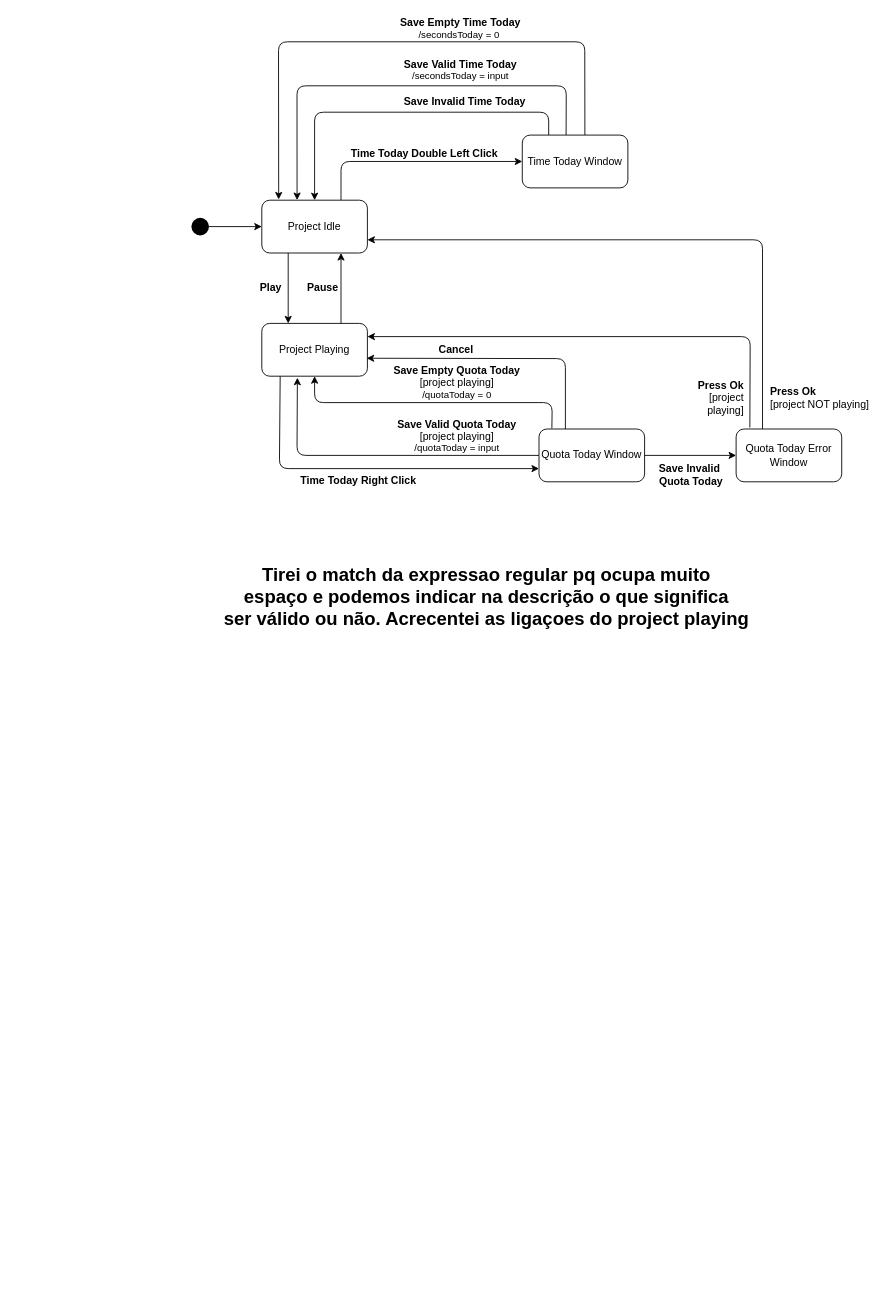
Before: docs/04_assignment/schema/02_edit_time_today/02_state_machine.drawio in Jumaruba/jtimesched, a draw.io diagram. Source tidied: cells renumbered, new cells numbered last; positions are measured from the earlier drawing's top-left corner, leaving out a move shared by most shapes. Both pictures are drawn from the tidied source at 88%, with x=0, y=0 at pixel (191, 15).
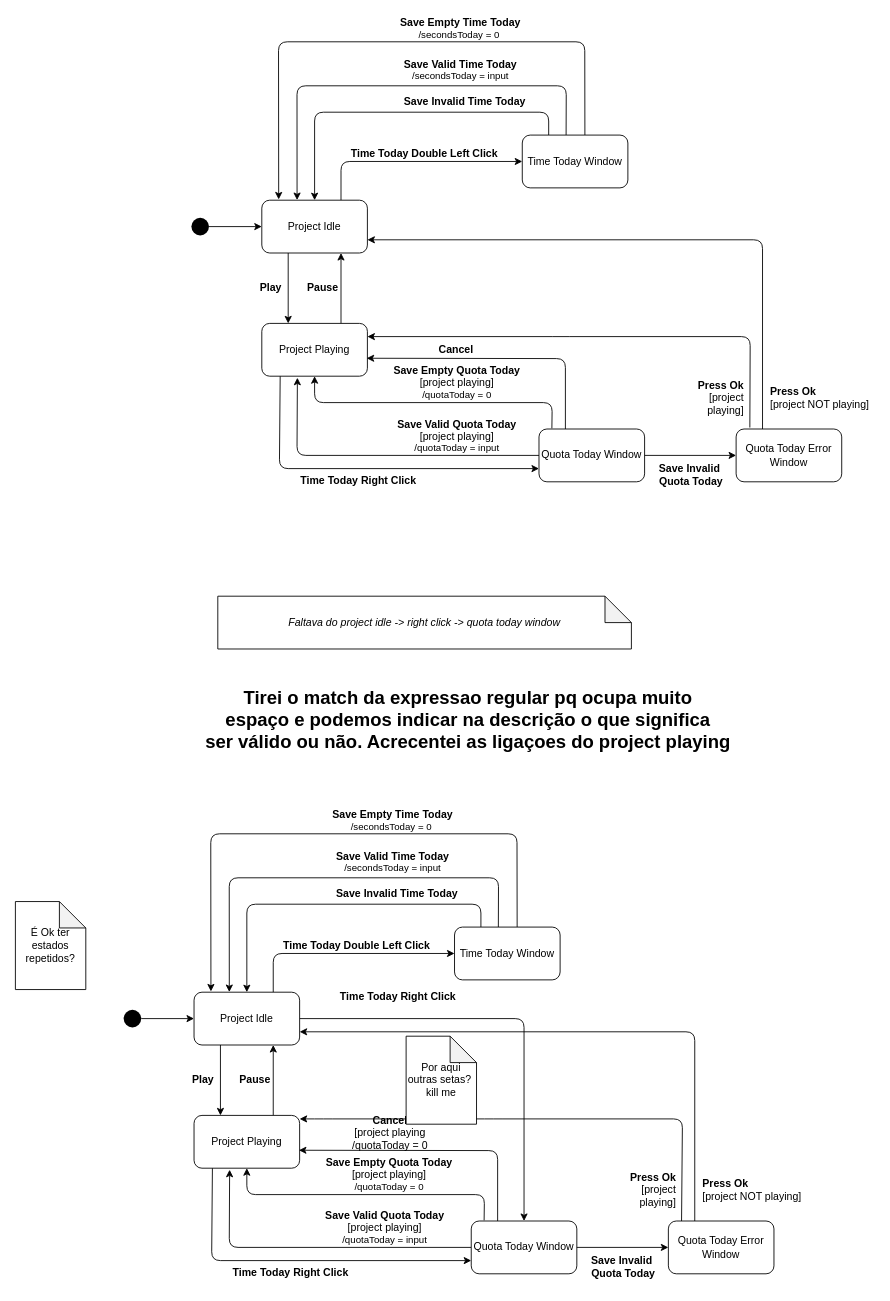
The same page after the edit.

Commit message (it also covers changes not shown here):
add: reflections about diagrams

The change refers to these unchanged cells:
```xml
<mxCell id="8" value="Project Playing" style="rounded=1;whiteSpace=wrap;html=1;fontSize=12;" parent="1" vertex="1">
  <mxGeometry x="80" y="350" width="120" height="60" as="geometry" />
</mxCell>
<mxCell id="33" value="Quota Today Error Window" style="rounded=1;whiteSpace=wrap;html=1;" parent="1" vertex="1">
  <mxGeometry x="619" y="470" width="120" height="60" as="geometry" />
</mxCell>
```

What changed in the source:
```diff
@@
     <mxCell id="7" style="edgeStyle=none;html=1;fontSize=12;entryX=1;entryY=0.25;entryDx=0;entryDy=0;exitX=0.13;exitY=-0.028;exitDx=0;exitDy=0;exitPerimeter=0;" parent="1" edge="1" source="33" target="8">
       <mxGeometry relative="1" as="geometry">
         <Array as="points">
           <mxPoint x="635" y="365" />
+          <mxPoint x="420" y="365" />
         </Array>
       </mxGeometry>
     </mxCell>
@@
     <mxCell id="19" value="&lt;b&gt;&lt;font style=&quot;font-size: 21px&quot;&gt;Tirei o match da expressao regular pq ocupa muito &lt;br&gt;espaço e podemos indicar na descrição o que significa &lt;br&gt;ser válido ou não. Acrecentei as ligaçoes do project playing&lt;/font&gt;&lt;/b&gt;" style="text;html=1;align=center;verticalAlign=middle;strokeColor=none;fillColor=none;" parent="1" vertex="1">
-      <mxGeometry x="30" y="630" width="610" height="60" as="geometry" />
+      <mxGeometry x="9" y="770" width="610" height="60" as="geometry" />
     </mxCell>
@@
+    <mxCell id="37" value="&lt;i&gt;Faltava do project idle -&amp;gt; right click -&amp;gt; quota today window&lt;/i&gt;" style="shape=note;whiteSpace=wrap;html=1;backgroundOutline=1;darkOpacity=0.05;" parent="1" vertex="1">
+      <mxGeometry x="30" y="660" width="470" height="60" as="geometry" />
+    </mxCell>
+    <mxCell id="38" style="edgeStyle=none;html=1;entryX=0;entryY=0.5;entryDx=0;entryDy=0;exitX=0.75;exitY=0;exitDx=0;exitDy=0;" parent="1" edge="1" source="40" target="64">
+      <mxGeometry relative="1" as="geometry">
+        <Array as="points">
+          <mxPoint x="93" y="1066" />
+        </Array>
+      </mxGeometry>
+    </mxCell>
+    <mxCell id="39" style="edgeStyle=none;html=1;" parent="1" edge="1" source="40" target="60">
+      <mxGeometry relative="1" as="geometry">
+        <Array as="points">
+          <mxPoint x="378" y="1140" />
+        </Array>
+      </mxGeometry>
+    </mxCell>
+    <mxCell id="40" value="Project Idle" style="rounded=1;whiteSpace=wrap;html=1;" parent="1" vertex="1">
+      <mxGeometry x="3" y="1110" width="120" height="60" as="geometry" />
+    </mxCell>
+    <mxCell id="41" style="edgeStyle=none;html=1;fontSize=12;startArrow=none;" parent="1" edge="1" source="66" target="40">
+      <mxGeometry relative="1" as="geometry" />
+    </mxCell>
+    <mxCell id="42" style="edgeStyle=none;html=1;fontSize=11;fontColor=#000000;entryX=0;entryY=0.75;entryDx=0;entryDy=0;exitX=0.174;exitY=0.996;exitDx=0;exitDy=0;exitPerimeter=0;" parent="1" edge="1" source="45" target="60">
+      <mxGeometry relative="1" as="geometry">
+        <Array as="points">
+          <mxPoint x="23" y="1415" />
+        </Array>
+      </mxGeometry>
+    </mxCell>
+    <mxCell id="43" style="edgeStyle=none;html=1;exitX=0.75;exitY=0;exitDx=0;exitDy=0;entryX=0.75;entryY=1;entryDx=0;entryDy=0;fontSize=12;" parent="1" edge="1" source="45" target="40">
+      <mxGeometry relative="1" as="geometry" />
+    </mxCell>
+    <mxCell id="44" style="edgeStyle=none;html=1;fontSize=12;entryX=1;entryY=0.25;entryDx=0;entryDy=0;exitX=0.125;exitY=0;exitDx=0;exitDy=0;exitPerimeter=0;" parent="1" edge="1" source="69">
+      <mxGeometry relative="1" as="geometry">
+        <mxPoint x="123" y="1254" as="targetPoint" />
+        <Array as="points">
+          <mxPoint x="558" y="1254" />
+          <mxPoint x="343" y="1254" />
+          <mxPoint x="150" y="1254" />
+        </Array>
+      </mxGeometry>
+    </mxCell>
+    <mxCell id="45" value="Project Playing" style="rounded=1;whiteSpace=wrap;html=1;fontSize=12;" parent="1" vertex="1">
+      <mxGeometry x="3" y="1250" width="120" height="60" as="geometry" />
+    </mxCell>
+    <mxCell id="46" style="edgeStyle=none;html=1;fontSize=12;entryX=0.25;entryY=0;entryDx=0;entryDy=0;exitX=0.25;exitY=1;exitDx=0;exitDy=0;" parent="1" edge="1" source="40" target="45">
+      <mxGeometry relative="1" as="geometry" />
+    </mxCell>
+    <mxCell id="47" value="&lt;b&gt;Play&lt;/b&gt;" style="text;html=1;align=center;verticalAlign=middle;strokeColor=none;fillColor=none;" parent="1" vertex="1">
+      <mxGeometry x="-7" y="1200" width="40" height="20" as="geometry" />
+    </mxCell>
+    <mxCell id="48" value="&lt;b&gt;Time Today Double Left Click&lt;/b&gt;" style="text;html=1;strokeColor=none;fillColor=none;align=center;verticalAlign=middle;whiteSpace=wrap;rounded=0;" parent="1" vertex="1">
+      <mxGeometry x="97" y="1042" width="182" height="30" as="geometry" />
+    </mxCell>
+    <mxCell id="49" value="&lt;div&gt;&lt;b&gt;&lt;font style=&quot;font-size: 12px&quot;&gt;Save Valid Time Today&lt;/font&gt;&lt;/b&gt;&lt;/div&gt;&lt;span style=&quot;font-size: 11px&quot;&gt;&lt;div&gt;&lt;span&gt;/secondsToday = input&lt;/span&gt;&lt;/div&gt;&lt;/span&gt;" style="text;html=1;strokeColor=none;fillColor=none;align=center;verticalAlign=middle;whiteSpace=wrap;rounded=0;" parent="1" vertex="1">
+      <mxGeometry x="159" y="947" width="140" height="30" as="geometry" />
+    </mxCell>
+    <mxCell id="50" value="&lt;b&gt;Time Today Right Click&lt;/b&gt;" style="text;html=1;strokeColor=none;fillColor=none;align=center;verticalAlign=middle;whiteSpace=wrap;rounded=0;" parent="1" vertex="1">
+      <mxGeometry x="28" y="1414" width="170" height="30" as="geometry" />
+    </mxCell>
+    <mxCell id="51" value="&lt;div&gt;&lt;b&gt;&lt;font style=&quot;font-size: 12px&quot;&gt;Save Empty Time Today&lt;/font&gt;&lt;/b&gt;&lt;/div&gt;&lt;div&gt;&lt;span style=&quot;font-size: 11px&quot;&gt;&lt;/span&gt;&lt;/div&gt;&lt;span style=&quot;font-size: 11px&quot;&gt;&lt;div&gt;&lt;span&gt;/secondsToday = 0&amp;nbsp;&lt;/span&gt;&lt;/div&gt;&lt;/span&gt;" style="text;html=1;strokeColor=none;fillColor=none;align=center;verticalAlign=middle;whiteSpace=wrap;rounded=0;" parent="1" vertex="1">
+      <mxGeometry x="119" y="900" width="220" height="30" as="geometry" />
+    </mxCell>
+    <mxCell id="52" value="&lt;font face=&quot;helvetica&quot; style=&quot;font-size: 12px&quot;&gt;Cancel&lt;br&gt;&lt;span style=&quot;font-weight: normal&quot;&gt;[project playing&lt;/span&gt;&lt;br&gt;&lt;span style=&quot;font-weight: normal&quot;&gt;/quotaToday = 0&lt;/span&gt;&lt;br&gt;&lt;/font&gt;" style="text;html=1;strokeColor=none;fillColor=none;align=center;verticalAlign=middle;whiteSpace=wrap;rounded=0;fontStyle=1;" parent="1" vertex="1">
+      <mxGeometry x="173" y="1260" width="106" height="20" as="geometry" />
+    </mxCell>
+    <mxCell id="53" value="&lt;div&gt;&lt;b&gt;&lt;font style=&quot;font-size: 12px&quot;&gt;Save Valid Quota Today&lt;/font&gt;&lt;/b&gt;&lt;/div&gt;&lt;div&gt;&lt;font style=&quot;font-size: 12px&quot;&gt;[project playing]&lt;/font&gt;&lt;/div&gt;&lt;span style=&quot;font-size: 11px&quot;&gt;&lt;div&gt;&lt;span&gt;/quotaToday = input&lt;/span&gt;&lt;/div&gt;&lt;/span&gt;" style="text;html=1;strokeColor=none;fillColor=none;align=center;verticalAlign=middle;whiteSpace=wrap;rounded=0;" parent="1" vertex="1">
+      <mxGeometry x="140.2" y="1360" width="159.5" height="33" as="geometry" />
+    </mxCell>
+    <mxCell id="54" value="&lt;div&gt;&lt;b&gt;&lt;font style=&quot;font-size: 12px&quot;&gt;Save Empty Quota Today&lt;/font&gt;&lt;/b&gt;&lt;/div&gt;&lt;div&gt;[project playing]&lt;/div&gt;&lt;span style=&quot;font-size: 11px&quot;&gt;&lt;div&gt;&lt;span&gt;/quotaToday = 0&lt;/span&gt;&lt;/div&gt;&lt;/span&gt;" style="text;html=1;strokeColor=none;fillColor=none;align=center;verticalAlign=middle;whiteSpace=wrap;rounded=0;" parent="1" vertex="1">
+      <mxGeometry x="149.8" y="1302" width="150" height="30" as="geometry" />
+    </mxCell>
+    <mxCell id="55" value="&lt;div&gt;&lt;b&gt;&lt;font style=&quot;font-size: 12px&quot;&gt;Save Invalid Time Today&lt;/font&gt;&lt;/b&gt;&lt;/div&gt;&lt;span style=&quot;font-size: 11px&quot;&gt;&lt;br&gt;&lt;/span&gt;" style="text;html=1;strokeColor=none;fillColor=none;align=center;verticalAlign=middle;whiteSpace=wrap;rounded=0;" parent="1" vertex="1">
+      <mxGeometry x="144" y="990" width="180" height="30" as="geometry" />
+    </mxCell>
+    <mxCell id="56" style="edgeStyle=none;html=1;exitX=0;exitY=0.5;exitDx=0;exitDy=0;fontSize=12;entryX=0.337;entryY=1.029;entryDx=0;entryDy=0;entryPerimeter=0;" parent="1" edge="1" source="60" target="45">
+      <mxGeometry relative="1" as="geometry">
+        <Array as="points">
+          <mxPoint x="43" y="1400" />
+        </Array>
+      </mxGeometry>
+    </mxCell>
+    <mxCell id="57" style="edgeStyle=none;html=1;exitX=1;exitY=0.5;exitDx=0;exitDy=0;entryX=0;entryY=0.5;entryDx=0;entryDy=0;fontSize=12;" parent="1" edge="1" target="69">
+      <mxGeometry relative="1" as="geometry">
+        <mxPoint x="357" y="1400" as="sourcePoint" />
+      </mxGeometry>
+    </mxCell>
+    <mxCell id="58" style="edgeStyle=none;html=1;exitX=0.25;exitY=0;exitDx=0;exitDy=0;fontSize=12;entryX=0.993;entryY=0.66;entryDx=0;entryDy=0;entryPerimeter=0;" parent="1" edge="1" source="60" target="45">
+      <mxGeometry relative="1" as="geometry">
+        <Array as="points">
+          <mxPoint x="348" y="1290" />
+        </Array>
+      </mxGeometry>
+    </mxCell>
+    <mxCell id="59" style="edgeStyle=none;html=1;exitX=0.122;exitY=-0.012;exitDx=0;exitDy=0;entryX=0.5;entryY=1;entryDx=0;entryDy=0;fontSize=12;exitPerimeter=0;" parent="1" edge="1" source="60" target="45">
+      <mxGeometry relative="1" as="geometry">
+        <Array as="points">
+          <mxPoint x="333" y="1340" />
+          <mxPoint x="63" y="1340" />
+        </Array>
+      </mxGeometry>
+    </mxCell>
+    <mxCell id="60" value="Quota Today Window" style="rounded=1;whiteSpace=wrap;html=1;" parent="1" vertex="1">
+      <mxGeometry x="318" y="1370" width="120" height="60" as="geometry" />
+    </mxCell>
+    <mxCell id="61" style="edgeStyle=none;html=1;exitX=0.25;exitY=0;exitDx=0;exitDy=0;entryX=0.5;entryY=0;entryDx=0;entryDy=0;fontSize=12;" parent="1" edge="1" source="64" target="40">
+      <mxGeometry relative="1" as="geometry">
+        <Array as="points">
+          <mxPoint x="329" y="1010" />
+          <mxPoint x="63" y="1010" />
+        </Array>
+      </mxGeometry>
+    </mxCell>
+    <mxCell id="62" style="edgeStyle=none;html=1;exitX=0.415;exitY=0.004;exitDx=0;exitDy=0;entryX=0.334;entryY=-0.003;entryDx=0;entryDy=0;fontSize=12;exitPerimeter=0;entryPerimeter=0;" parent="1" edge="1" source="64" target="40">
+      <mxGeometry relative="1" as="geometry">
+        <Array as="points">
+          <mxPoint x="349" y="980" />
+          <mxPoint x="43" y="980" />
+        </Array>
+      </mxGeometry>
+    </mxCell>
+    <mxCell id="63" style="edgeStyle=none;html=1;exitX=0.593;exitY=0.015;exitDx=0;exitDy=0;entryX=0.16;entryY=-0.014;entryDx=0;entryDy=0;entryPerimeter=0;fontSize=12;exitPerimeter=0;" parent="1" edge="1" source="64" target="40">
+      <mxGeometry relative="1" as="geometry">
+        <Array as="points">
+          <mxPoint x="370" y="930" />
+          <mxPoint x="22" y="930" />
+        </Array>
+      </mxGeometry>
+    </mxCell>
+    <mxCell id="64" value="Time Today Window" style="rounded=1;whiteSpace=wrap;html=1;" parent="1" vertex="1">
+      <mxGeometry x="299" y="1036" width="120" height="60" as="geometry" />
+    </mxCell>
+    <mxCell id="65" value="&lt;b&gt;Pause&lt;/b&gt;" style="text;html=1;align=center;verticalAlign=middle;strokeColor=none;fillColor=none;" parent="1" vertex="1">
+      <mxGeometry x="47" y="1200" width="50" height="20" as="geometry" />
+    </mxCell>
+    <mxCell id="66" style="ellipse;fillColor=#000000;strokeColor=none;" parent="1" vertex="1">
+      <mxGeometry x="-77" y="1130" width="20" height="20" as="geometry" />
+    </mxCell>
+    <mxCell id="67" style="edgeStyle=none;html=1;fontSize=12;endArrow=none;" parent="1" edge="1" target="66">
+      <mxGeometry relative="1" as="geometry">
+        <mxPoint x="-67" y="1140" as="sourcePoint" />
+      </mxGeometry>
+    </mxCell>
+    <mxCell id="68" style="edgeStyle=none;html=1;exitX=0.25;exitY=0;exitDx=0;exitDy=0;entryX=1;entryY=0.75;entryDx=0;entryDy=0;fontSize=12;" parent="1" edge="1" source="69" target="40">
+      <mxGeometry relative="1" as="geometry">
+        <Array as="points">
+          <mxPoint x="572" y="1155" />
+        </Array>
+      </mxGeometry>
+    </mxCell>
+    <mxCell id="69" value="Quota Today Error Window" style="rounded=1;whiteSpace=wrap;html=1;" parent="1" vertex="1">
+      <mxGeometry x="542" y="1370" width="120" height="60" as="geometry" />
+    </mxCell>
+    <mxCell id="70" value="&lt;div&gt;&lt;b&gt;&lt;font style=&quot;font-size: 12px&quot;&gt;Save Invalid&amp;nbsp;&lt;/font&gt;&lt;/b&gt;&lt;/div&gt;&lt;div&gt;&lt;b&gt;&lt;font style=&quot;font-size: 12px&quot;&gt;Quota Today&lt;/font&gt;&lt;/b&gt;&lt;/div&gt;" style="text;html=1;strokeColor=none;fillColor=none;align=center;verticalAlign=middle;whiteSpace=wrap;rounded=0;" parent="1" vertex="1">
+      <mxGeometry x="446" y="1407" width="90" height="30" as="geometry" />
+    </mxCell>
+    <mxCell id="71" value="&lt;b&gt;Press Ok&lt;/b&gt;&lt;br&gt;[project playing]" style="text;html=1;strokeColor=none;fillColor=none;align=right;verticalAlign=middle;whiteSpace=wrap;rounded=0;" parent="1" vertex="1">
+      <mxGeometry x="467" y="1320" width="86" height="30" as="geometry" />
+    </mxCell>
+    <mxCell id="72" value="&lt;b&gt;Press Ok&lt;/b&gt;&lt;br&gt;[project NOT playing]" style="text;html=1;strokeColor=none;fillColor=none;align=left;verticalAlign=middle;whiteSpace=wrap;rounded=0;" parent="1" vertex="1">
+      <mxGeometry x="579" y="1320" width="120" height="30" as="geometry" />
+    </mxCell>
+    <mxCell id="73" value="É Ok ter estados repetidos?" style="shape=note;whiteSpace=wrap;html=1;backgroundOutline=1;darkOpacity=0.05;" parent="1" vertex="1">
+      <mxGeometry x="-200" y="1007" width="80" height="100" as="geometry" />
+    </mxCell>
+    <mxCell id="74" value="&lt;b&gt;Time Today Right Click&lt;/b&gt;" style="text;html=1;strokeColor=none;fillColor=none;align=center;verticalAlign=middle;whiteSpace=wrap;rounded=0;" parent="1" vertex="1">
+      <mxGeometry x="149.8" y="1100" width="170" height="30" as="geometry" />
+    </mxCell>
+    <mxCell id="75" value="Por aqui outras setas?&amp;nbsp;&lt;br&gt;kill me" style="shape=note;whiteSpace=wrap;html=1;backgroundOutline=1;darkOpacity=0.05;" parent="1" vertex="1">
+      <mxGeometry x="244" y="1160" width="80" height="100" as="geometry" />
+    </mxCell>
```
